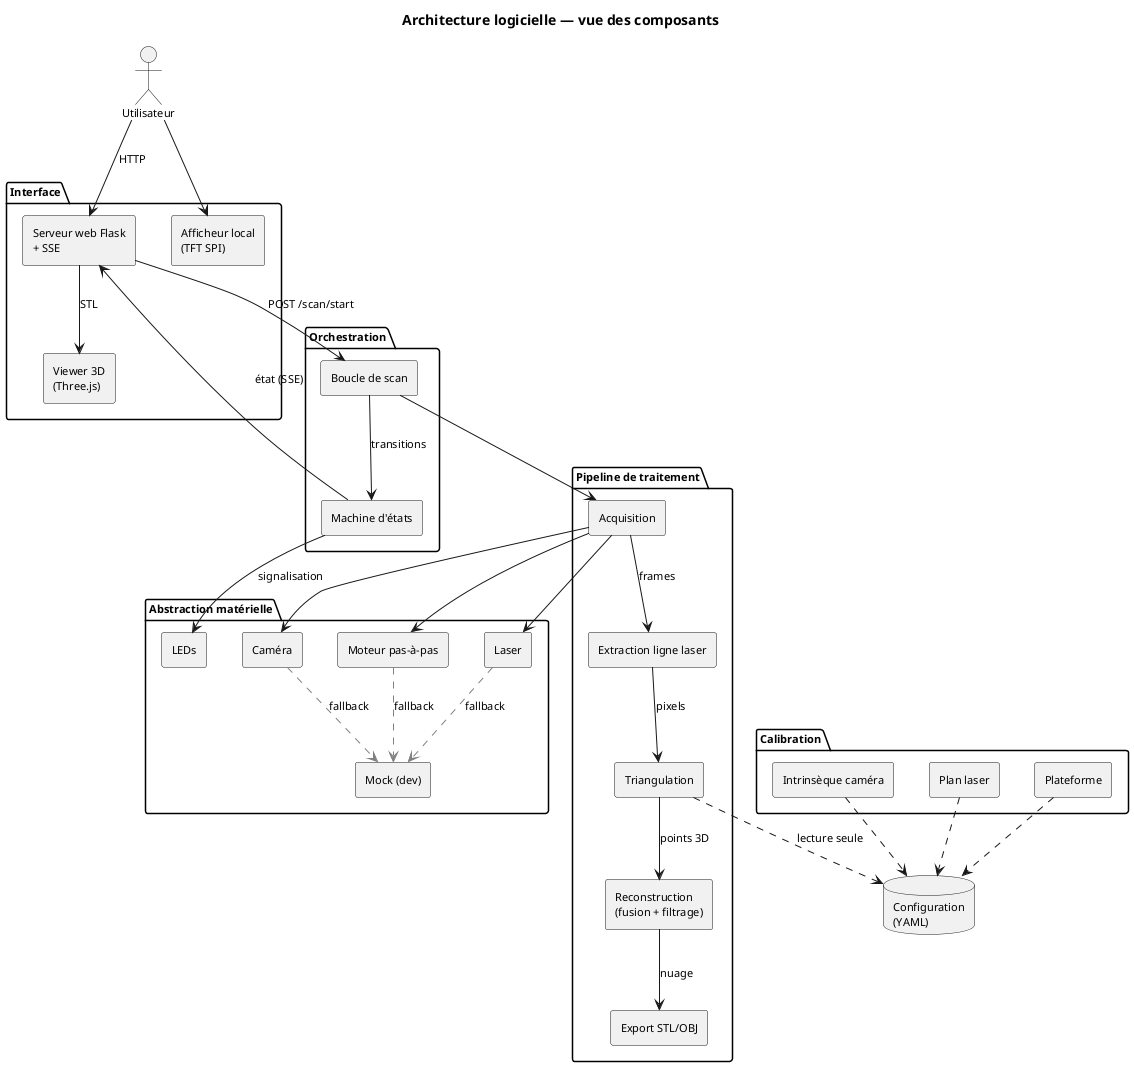
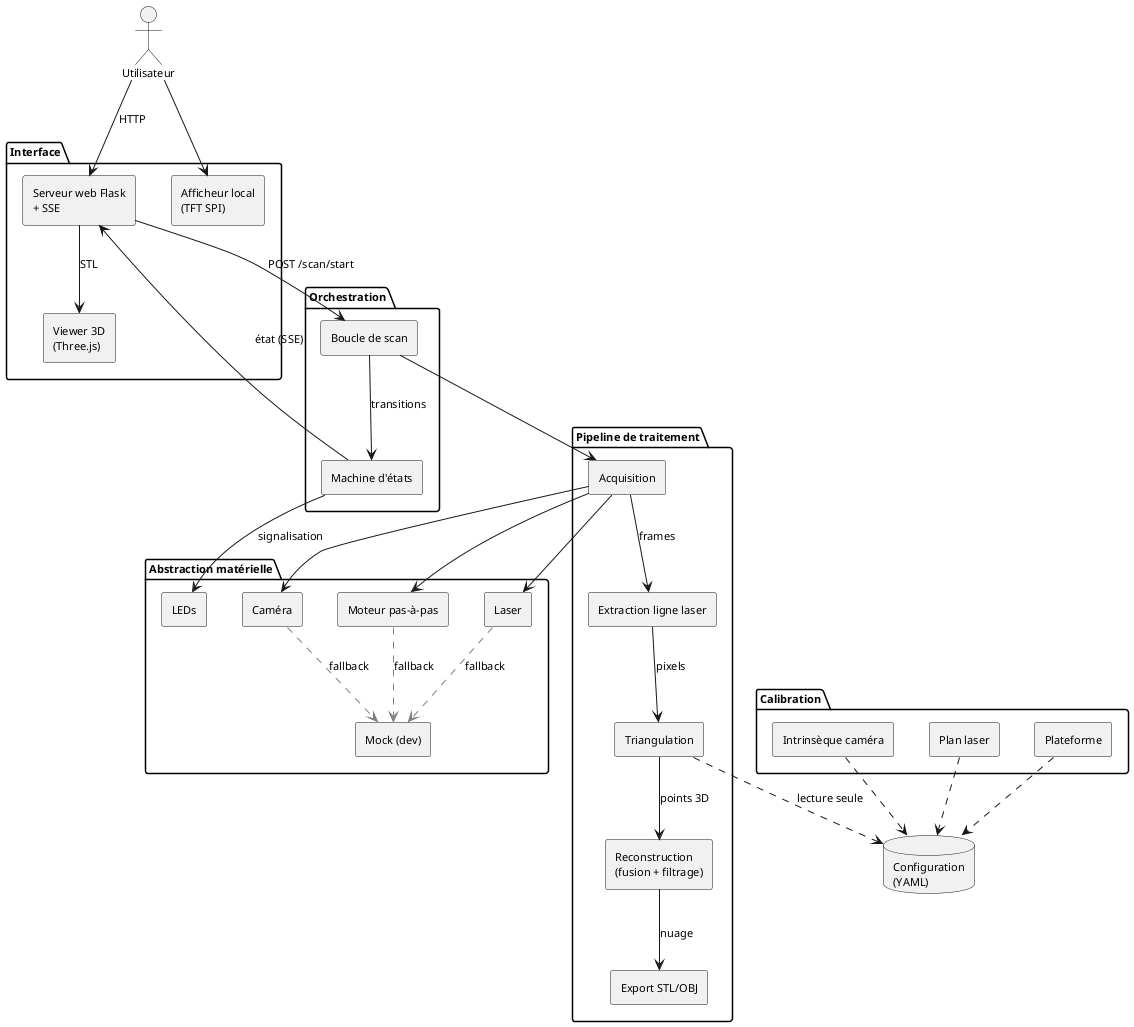
@startuml architecture_composants
' Diagramme de composants — architecture logicielle du Scanner 3D
' Rendu : plantuml -tpdf architecture_composants.puml

skinparam componentStyle rectangle
skinparam shadowing false
skinparam defaultFontName Latin Modern Roman
skinparam defaultFontSize 11

- title Architecture logicielle — vue des composants

actor "Utilisateur" as user

package "Interface" {
  [Serveur web Flask\n+ SSE] as web
  [Viewer 3D\n(Three.js)] as viewer
  [Afficheur local\n(TFT SPI)] as display
}

package "Orchestration" {
  [Machine d'états] as fsm
  [Boucle de scan] as scan
}

package "Pipeline de traitement" {
  [Acquisition] as acq
  [Extraction ligne laser] as line
  [Triangulation] as tri
  [Reconstruction\n(fusion + filtrage)] as recon
  [Export STL/OBJ] as export
}

package "Calibration" {
  [Intrinsèque caméra] as calib_cam
  [Plan laser] as calib_laser
  [Plateforme] as calib_plat
}

package "Abstraction matérielle" {
  [Caméra] as hw_cam
  [Moteur pas-à-pas] as hw_motor
  [Laser] as hw_laser
  [LEDs] as hw_led
  [Mock (dev)] as hw_mock
}

database "Configuration\n(YAML)" as cfg

user --> web : HTTP
user --> display
web --> viewer : STL
web --> scan : POST /scan/start
web <-- fsm : état (SSE)
scan --> fsm : transitions
scan --> acq
acq --> hw_motor
acq --> hw_laser
acq --> hw_cam
acq --> line : frames
line --> tri : pixels
tri --> recon : points 3D
recon --> export : nuage
fsm --> hw_led : signalisation
calib_cam ..> cfg
calib_laser ..> cfg
calib_plat ..> cfg
tri ..> cfg : lecture seule
hw_cam .[#gray].> hw_mock : fallback
hw_motor .[#gray].> hw_mock : fallback
hw_laser .[#gray].> hw_mock : fallback

@enduml
